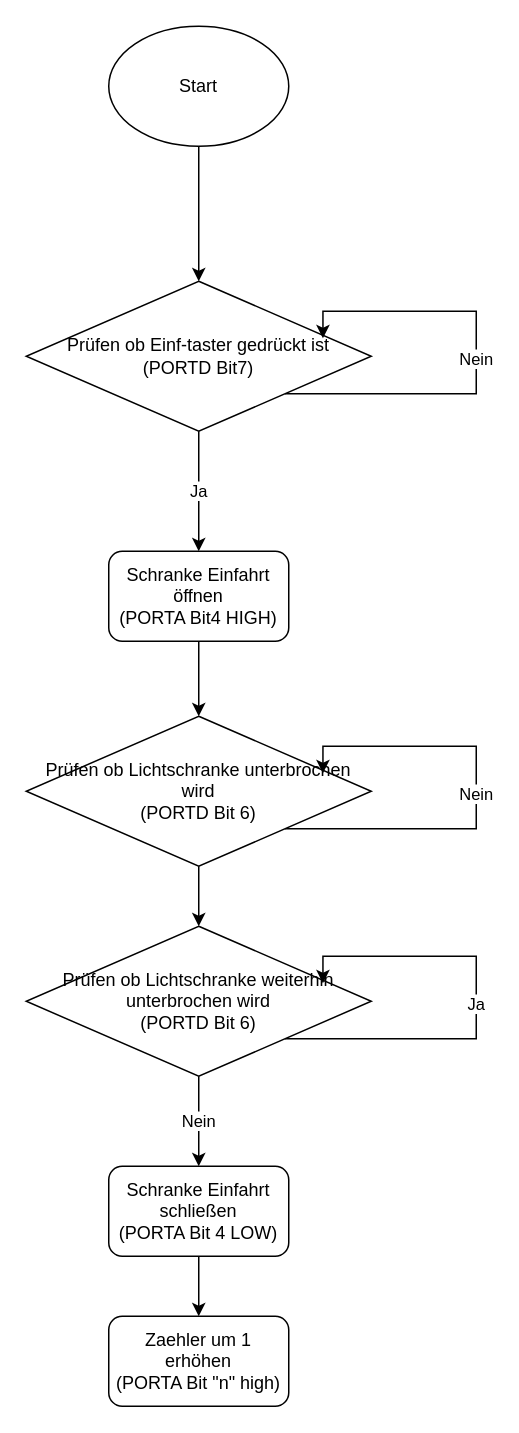
This is PAP Parkhaussteuerung Part 2.1.drawio from TheRealRango/CandAssembly, a draw.io file, before an edit. Source tidied: cells renumbered, new cells numbered last; positions are measured from the earlier drawing's top-left corner, leaving out a move shared by most shapes. Both pictures are drawn from the tidied source at 150%, with x=0, y=0 at pixel (26, 26).
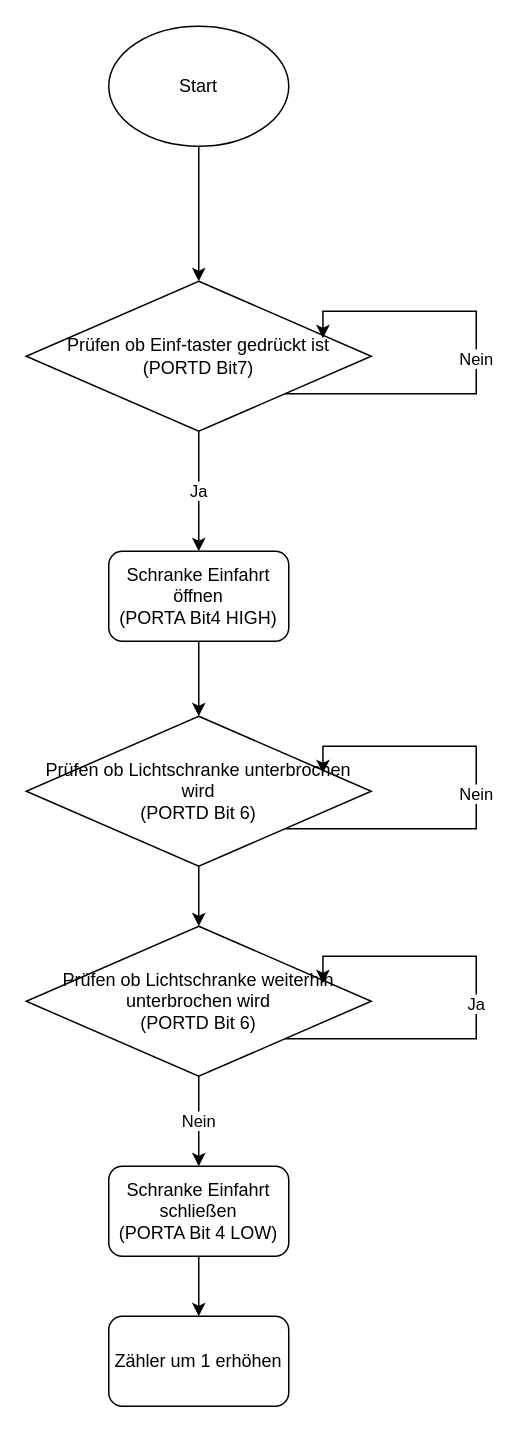
The same diagram, later.

What changed in the source:
```diff
@@
-    <mxCell id="10" value="Zaehler um 1 erhöhen&lt;br&gt;(PORTA Bit &quot;n&quot; high)" style="whiteSpace=wrap;html=1;rounded=1;" parent="1" vertex="1">
+    <mxCell id="10" value="Zähler um 1 erhöhen" style="whiteSpace=wrap;html=1;rounded=1;" parent="1" vertex="1">
       <mxGeometry x="55" y="860" width="120" height="60" as="geometry" />
     </mxCell>
```
